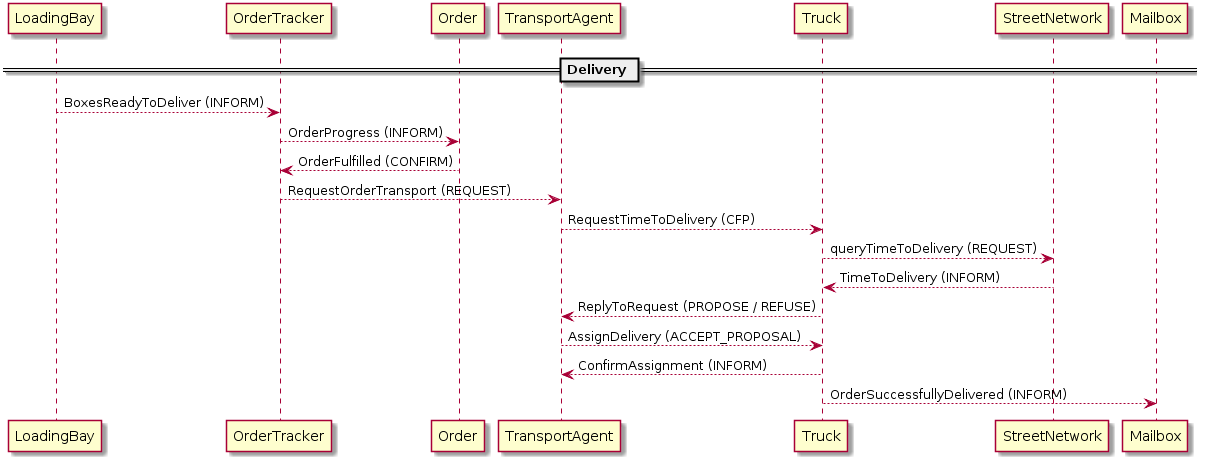
This is docs/Architecture/Architecture_Delivery.png from HBRS-MAAS/ws18-project-commitment_issues, a PlantUML export, as it was before one commit.
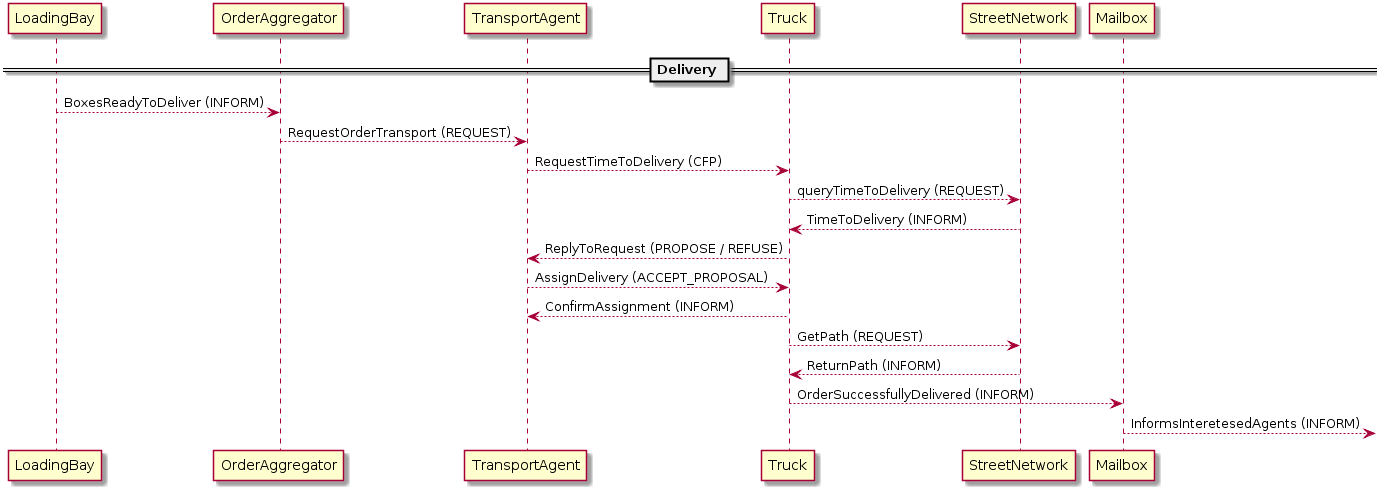
The same diagram one commit later.

Commit message:
Use Delivery JSON file to load all truck agents

Change to the diagram source:
```diff
@@ -2,11 +2,10 @@
 skinparam classAttributeIconSize 0
 
 == Delivery ==
-LoadingBay --> OrderTracker : BoxesReadyToDeliver (INFORM)
+LoadingBay --> OrderAggregator : BoxesReadyToDeliver (INFORM)
 
-OrderTracker --> Order : OrderProgress (INFORM)
-Order --> OrderTracker : OrderFulfilled (CONFIRM)
-OrderTracker --> TransportAgent : RequestOrderTransport (REQUEST)
+
+OrderAggregator --> TransportAgent : RequestOrderTransport (REQUEST)
 
 TransportAgent --> Truck : RequestTimeToDelivery (CFP)
 Truck --> StreetNetwork : queryTimeToDelivery (REQUEST)
@@ -15,7 +14,12 @@
 TransportAgent --> Truck : AssignDelivery (ACCEPT_PROPOSAL)
 Truck --> TransportAgent : ConfirmAssignment (INFORM)
 
+Truck --> StreetNetwork : GetPath (REQUEST)
+StreetNetwork --> Truck : ReturnPath (INFORM)
+
 Truck --> Mailbox : OrderSuccessfullyDelivered (INFORM)
 
 
+Mailbox --> : InformsInteretesedAgents (INFORM)
+
 @enduml
```
